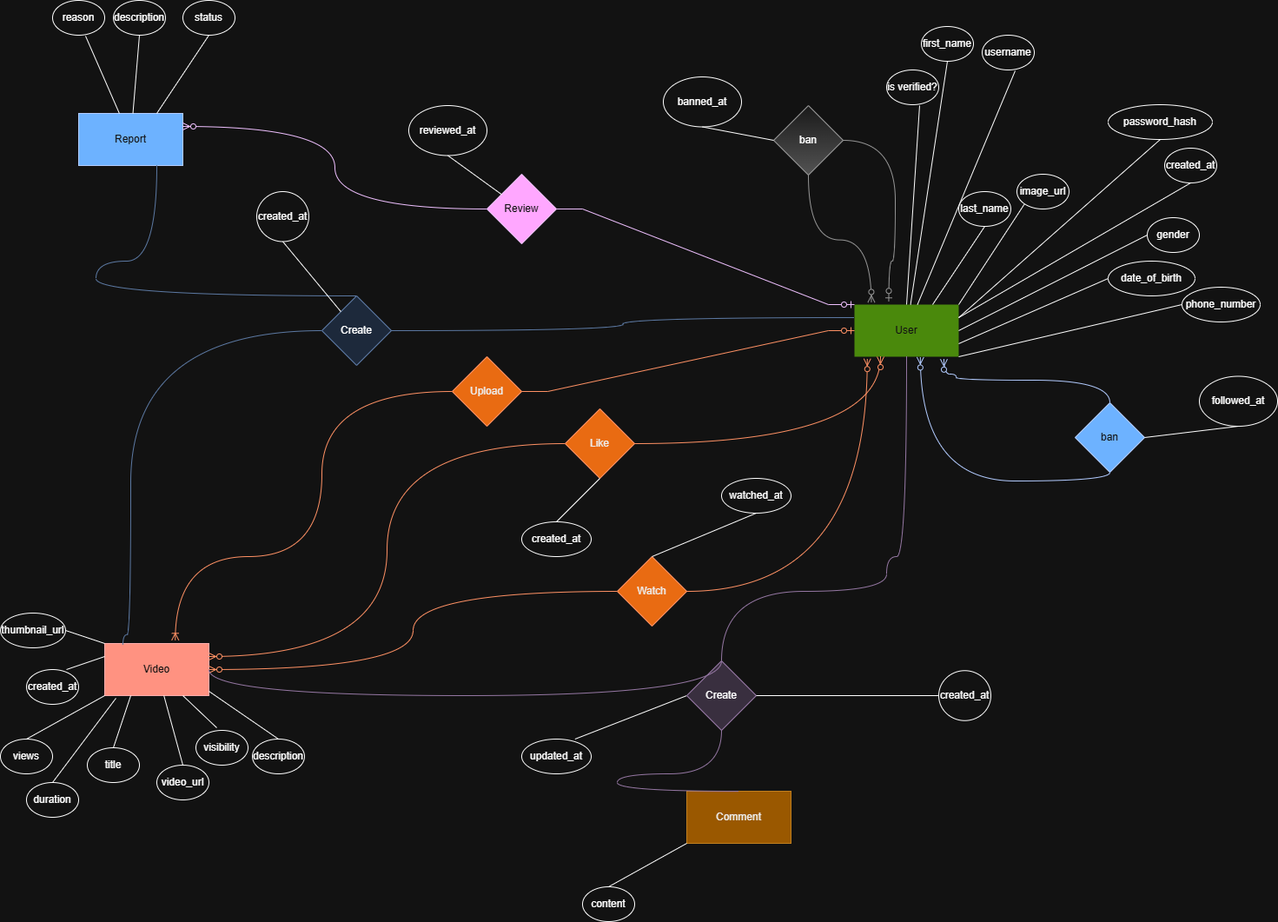
The draw.io diagram Docs/ERD/ERD-Dark.png in Mahmoud0-0Salah/YouTube_MVC, before a commit. Source tidied: cells renumbered, new cells last; positions are measured from the earlier drawing's top-left corner, leaving out a move shared by most shapes.
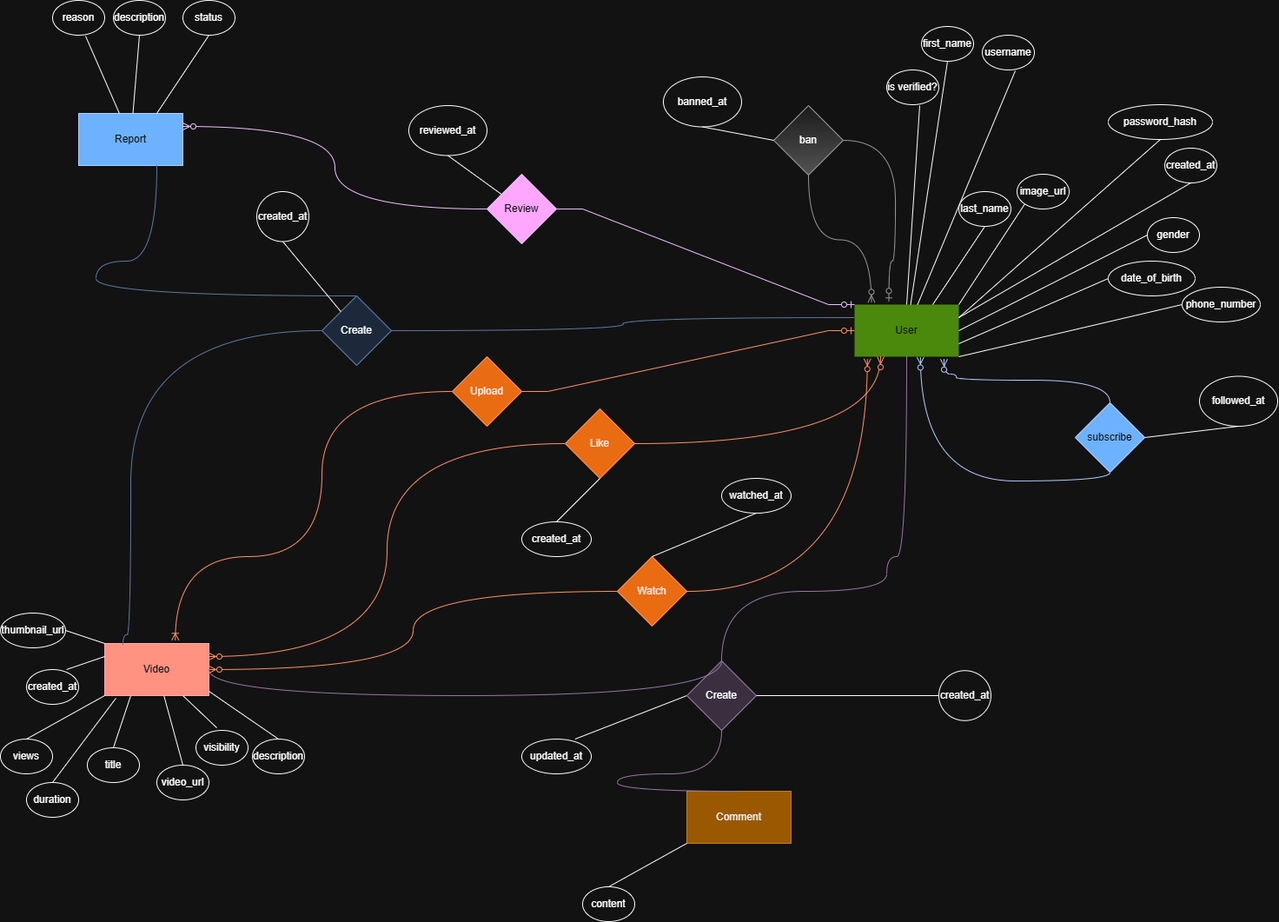
Later version of the same file.

Commit message:
Fix relation name in ERD

Change to the diagram source:
```diff
@@ -300,7 +300,7 @@
     <mxCell id="86" style="edgeStyle=entityRelationEdgeStyle;fontSize=12;html=1;endArrow=ERzeroToOne;endFill=1;rounded=0;exitX=1;exitY=0.5;exitDx=0;exitDy=0;fillColor=#6a00ff;strokeColor=#3700CC;entryX=0;entryY=0;entryDx=0;entryDy=0;" parent="1" edge="1" source="52" target="2">
       <mxGeometry relative="1" as="geometry" />
     </mxCell>
-    <mxCell id="87" value="ban" style="rhombus;whiteSpace=wrap;html=1;fillColor=#0050ef;strokeColor=#001DBC;fontColor=#ffffff;" parent="1" vertex="1">
+    <mxCell id="87" value="subscribe" style="rhombus;whiteSpace=wrap;html=1;fillColor=#0050ef;strokeColor=#001DBC;fontColor=#ffffff;" parent="1" vertex="1">
       <mxGeometry x="1237" y="463" width="80" height="80" as="geometry" />
     </mxCell>
     <mxCell id="88" style="edgeStyle=orthogonalEdgeStyle;fontSize=12;html=1;endArrow=ERzeroToMany;endFill=1;rounded=0;exitX=0.5;exitY=1;exitDx=0;exitDy=0;entryX=0.632;entryY=1.007;entryDx=0;entryDy=0;curved=1;fillColor=#0050ef;strokeColor=#001DBC;entryPerimeter=0;" parent="1" edge="1" source="87" target="2">
```
